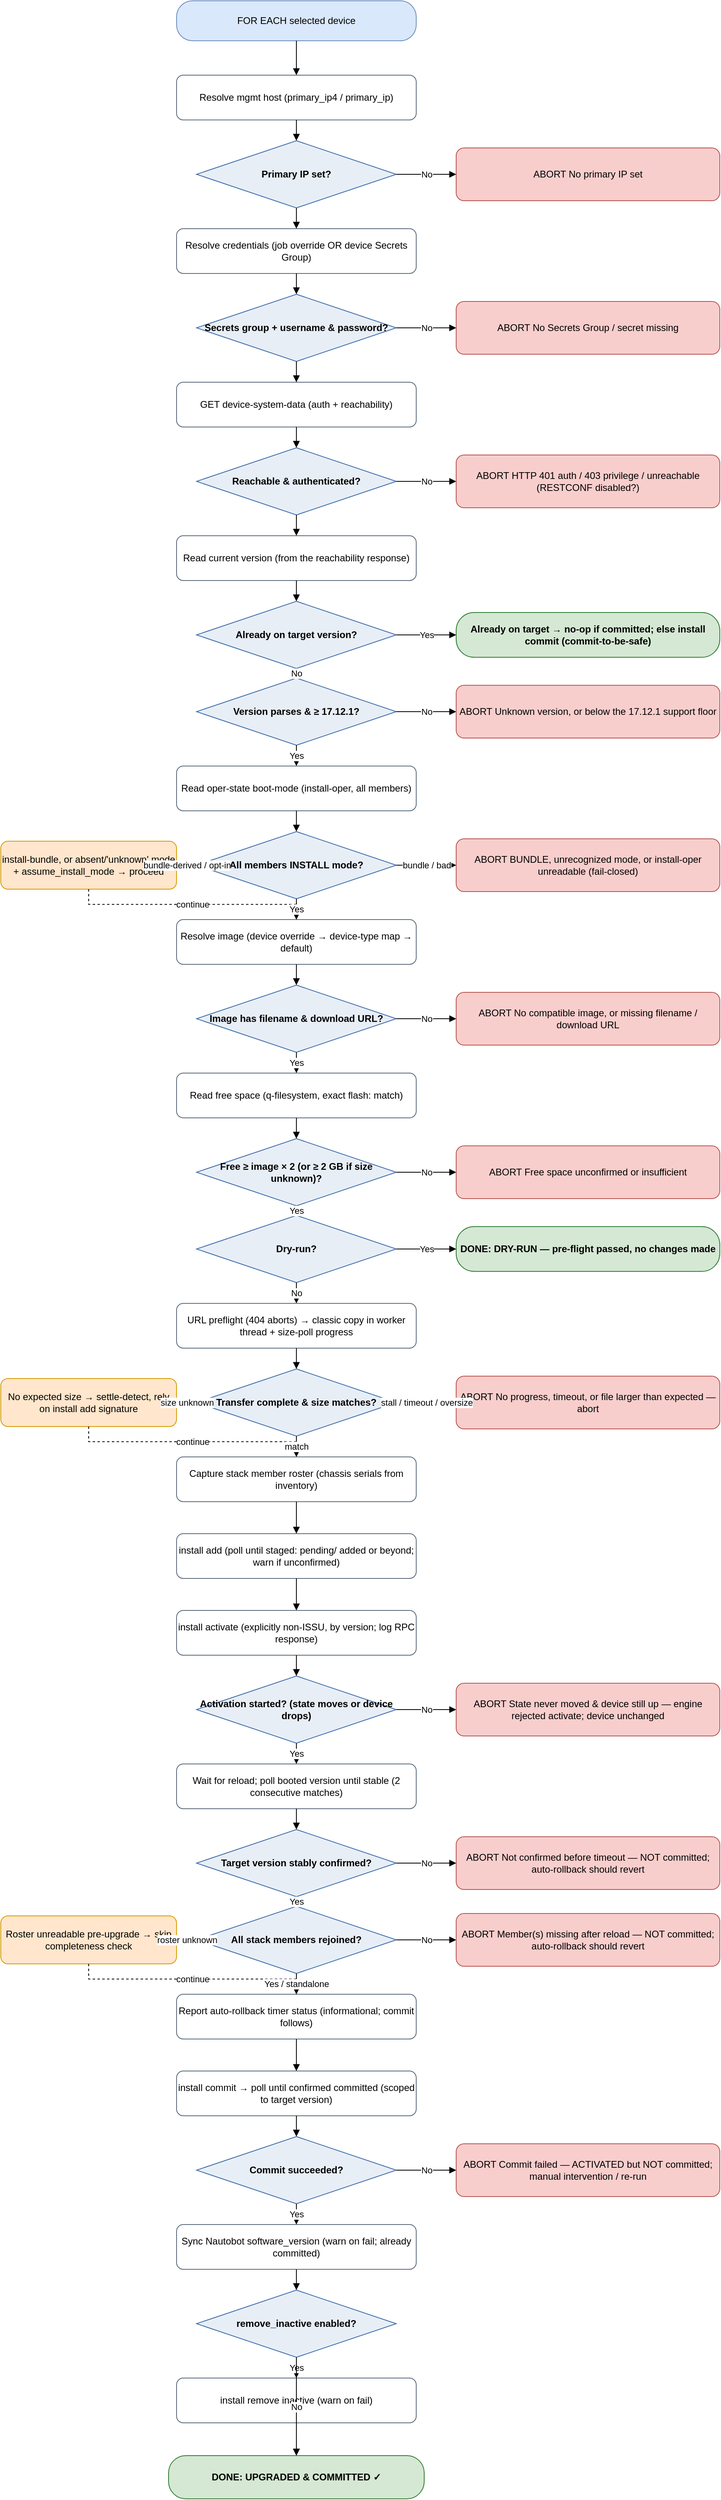
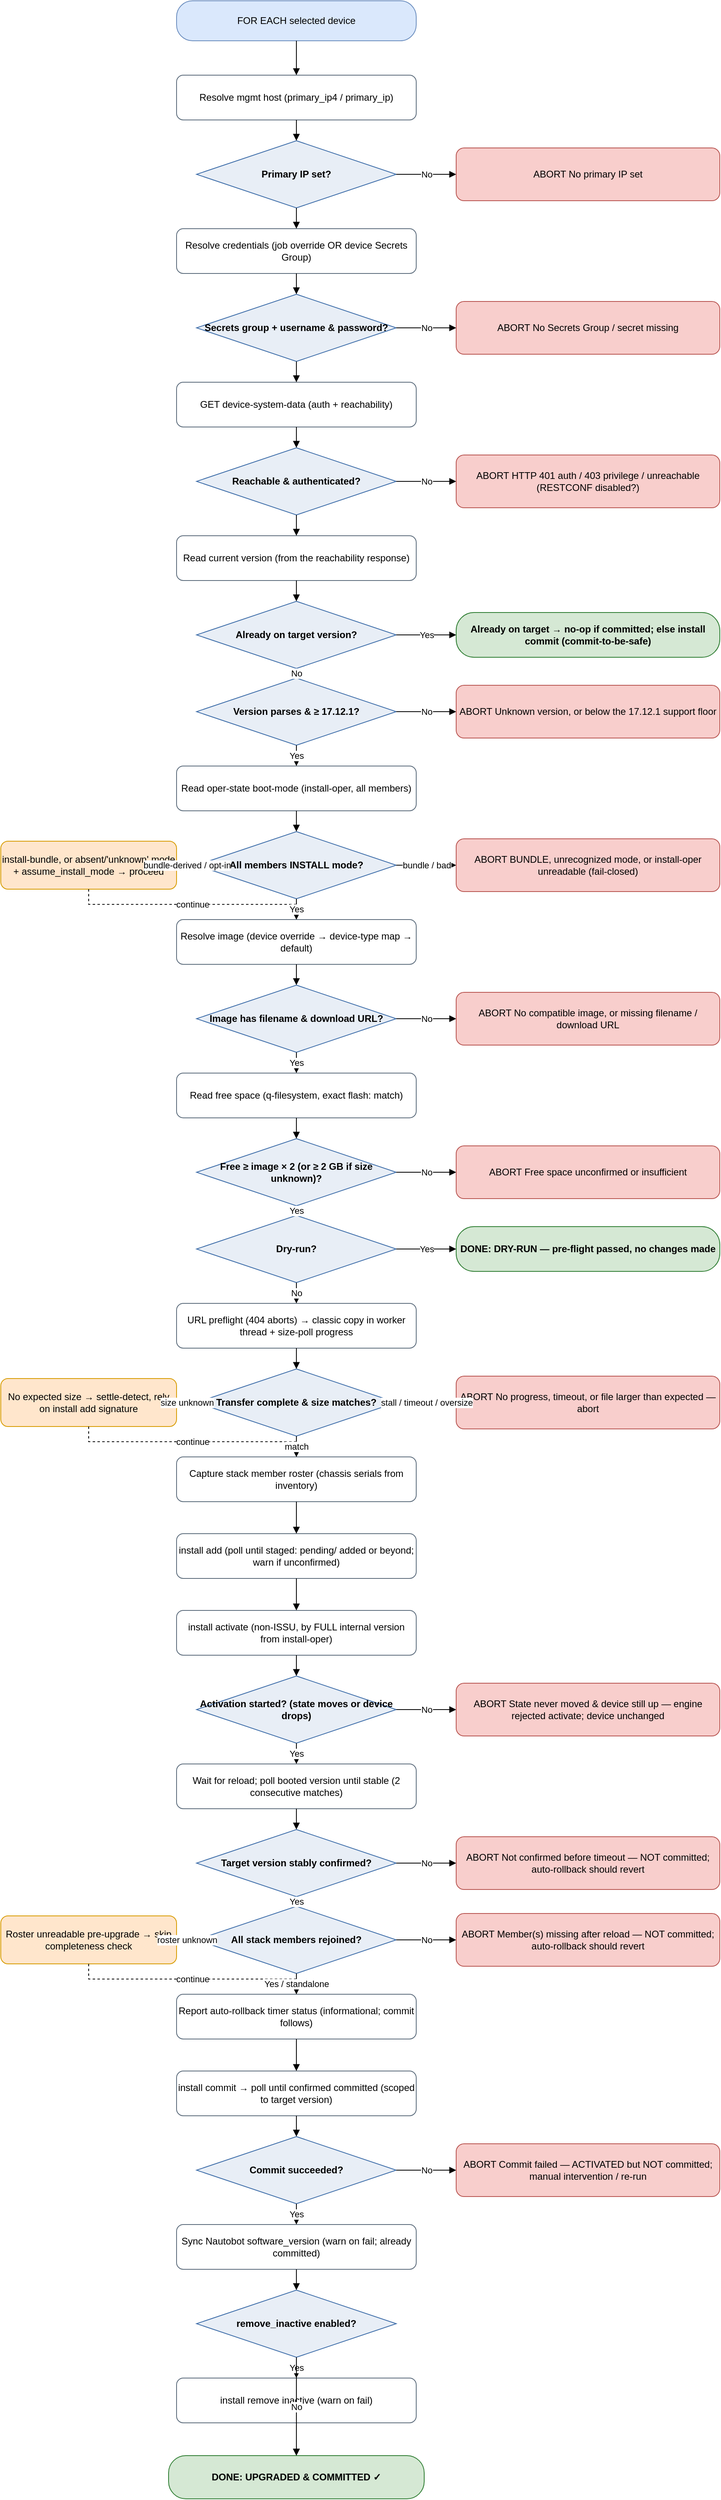
<mxfile host="app.diagrams.net" type="device">
  <diagram name="IOS-XE upgrade flow" id="iosxe-upgrade-flow">
    <mxGraphModel dx="1000" dy="2000" grid="1" gridSize="10" guides="1" tooltips="1"
        connect="1" arrows="1" fold="1" page="1" pageScale="1" math="0" shadow="0">
      <root>
        <mxCell id="0"/>
        <mxCell id="1" parent="0"/>
        <mxCell id="start" value="FOR EACH selected device" style="rounded=1;arcSize=40;whiteSpace=wrap;html=1;fillColor=#DAE8FC;strokeColor=#6C8EBF;" vertex="1" parent="1"><mxGeometry x="250" y="31" width="300" height="50" as="geometry"/></mxCell>
        <mxCell id="host" value="Resolve mgmt host&amp;#10;(primary_ip4 / primary_ip)" style="rounded=1;whiteSpace=wrap;html=1;fillColor=#FFFFFF;strokeColor=#5B6B7B;" vertex="1" parent="1"><mxGeometry x="250" y="124" width="300" height="56" as="geometry"/></mxCell>
        <mxCell id="d_ip" value="Primary IP set?" style="rhombus;whiteSpace=wrap;html=1;fillColor=#E8EEF6;strokeColor=#3C6CA8;fontStyle=1;" vertex="1" parent="1"><mxGeometry x="275" y="206" width="250" height="84" as="geometry"/></mxCell>
        <mxCell id="cred" value="Resolve credentials&amp;#10;(job override OR device Secrets Group)" style="rounded=1;whiteSpace=wrap;html=1;fillColor=#FFFFFF;strokeColor=#5B6B7B;" vertex="1" parent="1"><mxGeometry x="250" y="316" width="300" height="56" as="geometry"/></mxCell>
        <mxCell id="d_cred" value="Secrets group +&amp;#10;username &amp; password?" style="rhombus;whiteSpace=wrap;html=1;fillColor=#E8EEF6;strokeColor=#3C6CA8;fontStyle=1;" vertex="1" parent="1"><mxGeometry x="275" y="398" width="250" height="84" as="geometry"/></mxCell>
        <mxCell id="reach" value="GET device-system-data&amp;#10;(auth + reachability)" style="rounded=1;whiteSpace=wrap;html=1;fillColor=#FFFFFF;strokeColor=#5B6B7B;" vertex="1" parent="1"><mxGeometry x="250" y="508" width="300" height="56" as="geometry"/></mxCell>
        <mxCell id="d_reach" value="Reachable &amp;&amp;#10;authenticated?" style="rhombus;whiteSpace=wrap;html=1;fillColor=#E8EEF6;strokeColor=#3C6CA8;fontStyle=1;" vertex="1" parent="1"><mxGeometry x="275" y="590" width="250" height="84" as="geometry"/></mxCell>
        <mxCell id="curr" value="Read current version&amp;#10;(from the reachability response)" style="rounded=1;whiteSpace=wrap;html=1;fillColor=#FFFFFF;strokeColor=#5B6B7B;" vertex="1" parent="1"><mxGeometry x="250" y="700" width="300" height="56" as="geometry"/></mxCell>
        <mxCell id="d_target" value="Already on&amp;#10;target version?" style="rhombus;whiteSpace=wrap;html=1;fillColor=#E8EEF6;strokeColor=#3C6CA8;fontStyle=1;" vertex="1" parent="1"><mxGeometry x="275" y="782" width="250" height="84" as="geometry"/></mxCell>
        <mxCell id="d_floor" value="Version parses&amp;#10;&amp; ≥ 17.12.1?" style="rhombus;whiteSpace=wrap;html=1;fillColor=#E8EEF6;strokeColor=#3C6CA8;fontStyle=1;" vertex="1" parent="1"><mxGeometry x="275" y="878" width="250" height="84" as="geometry"/></mxCell>
        <mxCell id="mode" value="Read oper-state boot-mode&amp;#10;(install-oper, all members)" style="rounded=1;whiteSpace=wrap;html=1;fillColor=#FFFFFF;strokeColor=#5B6B7B;" vertex="1" parent="1"><mxGeometry x="250" y="988" width="300" height="56" as="geometry"/></mxCell>
        <mxCell id="d_mode" value="All members&amp;#10;INSTALL mode?" style="rhombus;whiteSpace=wrap;html=1;fillColor=#E8EEF6;strokeColor=#3C6CA8;fontStyle=1;" vertex="1" parent="1"><mxGeometry x="275" y="1070" width="250" height="84" as="geometry"/></mxCell>
        <mxCell id="img" value="Resolve image (device override →&amp;#10;device-type map → default)" style="rounded=1;whiteSpace=wrap;html=1;fillColor=#FFFFFF;strokeColor=#5B6B7B;" vertex="1" parent="1"><mxGeometry x="250" y="1180" width="300" height="56" as="geometry"/></mxCell>
        <mxCell id="d_img" value="Image has filename&amp;#10;&amp; download URL?" style="rhombus;whiteSpace=wrap;html=1;fillColor=#E8EEF6;strokeColor=#3C6CA8;fontStyle=1;" vertex="1" parent="1"><mxGeometry x="275" y="1262" width="250" height="84" as="geometry"/></mxCell>
        <mxCell id="space" value="Read free space&amp;#10;(q-filesystem, exact flash: match)" style="rounded=1;whiteSpace=wrap;html=1;fillColor=#FFFFFF;strokeColor=#5B6B7B;" vertex="1" parent="1"><mxGeometry x="250" y="1372" width="300" height="56" as="geometry"/></mxCell>
        <mxCell id="d_space" value="Free ≥ image × 2&amp;#10;(or ≥ 2 GB if size unknown)?" style="rhombus;whiteSpace=wrap;html=1;fillColor=#E8EEF6;strokeColor=#3C6CA8;fontStyle=1;" vertex="1" parent="1"><mxGeometry x="275" y="1454" width="250" height="84" as="geometry"/></mxCell>
        <mxCell id="d_dry" value="Dry-run?" style="rhombus;whiteSpace=wrap;html=1;fillColor=#E8EEF6;strokeColor=#3C6CA8;fontStyle=1;" vertex="1" parent="1"><mxGeometry x="275" y="1550" width="250" height="84" as="geometry"/></mxCell>
        <mxCell id="copy" value="URL preflight (404 aborts) → classic copy&amp;#10;in worker thread + size-poll progress" style="rounded=1;whiteSpace=wrap;html=1;fillColor=#FFFFFF;strokeColor=#5B6B7B;" vertex="1" parent="1"><mxGeometry x="250" y="1660" width="300" height="56" as="geometry"/></mxCell>
        <mxCell id="d_size" value="Transfer complete&amp;#10;&amp; size matches?" style="rhombus;whiteSpace=wrap;html=1;fillColor=#E8EEF6;strokeColor=#3C6CA8;fontStyle=1;" vertex="1" parent="1"><mxGeometry x="275" y="1742" width="250" height="84" as="geometry"/></mxCell>
        <mxCell id="roster" value="Capture stack member roster&amp;#10;(chassis serials from inventory)" style="rounded=1;whiteSpace=wrap;html=1;fillColor=#FFFFFF;strokeColor=#5B6B7B;" vertex="1" parent="1"><mxGeometry x="250" y="1852" width="300" height="56" as="geometry"/></mxCell>
        <mxCell id="add" value="install add (poll until staged: pending/&amp;#10;added or beyond; warn if unconfirmed)" style="rounded=1;whiteSpace=wrap;html=1;fillColor=#FFFFFF;strokeColor=#5B6B7B;" vertex="1" parent="1"><mxGeometry x="250" y="1948" width="300" height="56" as="geometry"/></mxCell>
-         <mxCell id="act" value="install activate (explicitly non-ISSU,&amp;#10;by version; log RPC response)" style="rounded=1;whiteSpace=wrap;html=1;fillColor=#FFFFFF;strokeColor=#5B6B7B;" vertex="1" parent="1"><mxGeometry x="250" y="2044" width="300" height="56" as="geometry"/></mxCell>
+         <mxCell id="act" value="install activate (non-ISSU, by FULL&amp;#10;internal version from install-oper)" style="rounded=1;whiteSpace=wrap;html=1;fillColor=#FFFFFF;strokeColor=#5B6B7B;" vertex="1" parent="1"><mxGeometry x="250" y="2044" width="300" height="56" as="geometry"/></mxCell>
        <mxCell id="d_act" value="Activation started?&amp;#10;(state moves or device drops)" style="rhombus;whiteSpace=wrap;html=1;fillColor=#E8EEF6;strokeColor=#3C6CA8;fontStyle=1;" vertex="1" parent="1"><mxGeometry x="275" y="2126" width="250" height="84" as="geometry"/></mxCell>
        <mxCell id="waitc" value="Wait for reload; poll booted version&amp;#10;until stable (2 consecutive matches)" style="rounded=1;whiteSpace=wrap;html=1;fillColor=#FFFFFF;strokeColor=#5B6B7B;" vertex="1" parent="1"><mxGeometry x="250" y="2236" width="300" height="56" as="geometry"/></mxCell>
        <mxCell id="d_confirm" value="Target version&amp;#10;stably confirmed?" style="rhombus;whiteSpace=wrap;html=1;fillColor=#E8EEF6;strokeColor=#3C6CA8;fontStyle=1;" vertex="1" parent="1"><mxGeometry x="275" y="2318" width="250" height="84" as="geometry"/></mxCell>
        <mxCell id="d_members" value="All stack members&amp;#10;rejoined?" style="rhombus;whiteSpace=wrap;html=1;fillColor=#E8EEF6;strokeColor=#3C6CA8;fontStyle=1;" vertex="1" parent="1"><mxGeometry x="275" y="2414" width="250" height="84" as="geometry"/></mxCell>
        <mxCell id="rollbackchk" value="Report auto-rollback timer status&amp;#10;(informational; commit follows)" style="rounded=1;whiteSpace=wrap;html=1;fillColor=#FFFFFF;strokeColor=#5B6B7B;" vertex="1" parent="1"><mxGeometry x="250" y="2524" width="300" height="56" as="geometry"/></mxCell>
        <mxCell id="commit" value="install commit → poll until confirmed&amp;#10;committed (scoped to target version)" style="rounded=1;whiteSpace=wrap;html=1;fillColor=#FFFFFF;strokeColor=#5B6B7B;" vertex="1" parent="1"><mxGeometry x="250" y="2620" width="300" height="56" as="geometry"/></mxCell>
        <mxCell id="d_commit" value="Commit&amp;#10;succeeded?" style="rhombus;whiteSpace=wrap;html=1;fillColor=#E8EEF6;strokeColor=#3C6CA8;fontStyle=1;" vertex="1" parent="1"><mxGeometry x="275" y="2702" width="250" height="84" as="geometry"/></mxCell>
        <mxCell id="sync" value="Sync Nautobot software_version&amp;#10;(warn on fail; already committed)" style="rounded=1;whiteSpace=wrap;html=1;fillColor=#FFFFFF;strokeColor=#5B6B7B;" vertex="1" parent="1"><mxGeometry x="250" y="2812" width="300" height="56" as="geometry"/></mxCell>
        <mxCell id="d_remove" value="remove_inactive&amp;#10;enabled?" style="rhombus;whiteSpace=wrap;html=1;fillColor=#E8EEF6;strokeColor=#3C6CA8;fontStyle=1;" vertex="1" parent="1"><mxGeometry x="275" y="2894" width="250" height="84" as="geometry"/></mxCell>
        <mxCell id="remove" value="install remove inactive&amp;#10;(warn on fail)" style="rounded=1;whiteSpace=wrap;html=1;fillColor=#FFFFFF;strokeColor=#5B6B7B;" vertex="1" parent="1"><mxGeometry x="250" y="3004" width="300" height="56" as="geometry"/></mxCell>
        <mxCell id="ok" value="DONE: UPGRADED &amp; COMMITTED ✓" style="rounded=1;arcSize=40;whiteSpace=wrap;html=1;fillColor=#D5E8D4;strokeColor=#2E7D32;fontStyle=1;" vertex="1" parent="1"><mxGeometry x="240" y="3101" width="320" height="54" as="geometry"/></mxCell>
        <mxCell id="d_ip_abort" value="ABORT&amp;#10;No primary IP set" style="rounded=1;whiteSpace=wrap;html=1;fillColor=#F8CECC;strokeColor=#B85450;" vertex="1" parent="1"><mxGeometry x="600" y="215" width="330" height="66" as="geometry"/></mxCell>
        <mxCell id="d_cred_abort" value="ABORT&amp;#10;No Secrets Group / secret missing" style="rounded=1;whiteSpace=wrap;html=1;fillColor=#F8CECC;strokeColor=#B85450;" vertex="1" parent="1"><mxGeometry x="600" y="407" width="330" height="66" as="geometry"/></mxCell>
        <mxCell id="d_reach_abort" value="ABORT&amp;#10;HTTP 401 auth / 403 privilege /&amp;#10;unreachable (RESTCONF disabled?)" style="rounded=1;whiteSpace=wrap;html=1;fillColor=#F8CECC;strokeColor=#B85450;" vertex="1" parent="1"><mxGeometry x="600" y="599" width="330" height="66" as="geometry"/></mxCell>
        <mxCell id="d_target_ok" value="Already on target → no-op if committed;&amp;#10;else install commit (commit-to-be-safe)" style="rounded=1;arcSize=40;whiteSpace=wrap;html=1;fillColor=#D5E8D4;strokeColor=#2E7D32;fontStyle=1;" vertex="1" parent="1"><mxGeometry x="600" y="796" width="330" height="56" as="geometry"/></mxCell>
        <mxCell id="d_floor_abort" value="ABORT&amp;#10;Unknown version, or below the&amp;#10;17.12.1 support floor" style="rounded=1;whiteSpace=wrap;html=1;fillColor=#F8CECC;strokeColor=#B85450;" vertex="1" parent="1"><mxGeometry x="600" y="887" width="330" height="66" as="geometry"/></mxCell>
        <mxCell id="d_mode_abort" value="ABORT&amp;#10;BUNDLE, unrecognized mode, or&amp;#10;install-oper unreadable (fail-closed)" style="rounded=1;whiteSpace=wrap;html=1;fillColor=#F8CECC;strokeColor=#B85450;" vertex="1" parent="1"><mxGeometry x="600" y="1079" width="330" height="66" as="geometry"/></mxCell>
        <mxCell id="d_mode_warn" value="install-bundle, or absent/&#x27;unknown&#x27;&amp;#10;mode + assume_install_mode → proceed" style="rounded=1;whiteSpace=wrap;html=1;fillColor=#FFE6CC;strokeColor=#D79B00;" vertex="1" parent="1"><mxGeometry x="30" y="1082" width="220" height="60" as="geometry"/></mxCell>
        <mxCell id="d_img_abort" value="ABORT&amp;#10;No compatible image, or missing&amp;#10;filename / download URL" style="rounded=1;whiteSpace=wrap;html=1;fillColor=#F8CECC;strokeColor=#B85450;" vertex="1" parent="1"><mxGeometry x="600" y="1271" width="330" height="66" as="geometry"/></mxCell>
        <mxCell id="d_space_abort" value="ABORT&amp;#10;Free space unconfirmed or&amp;#10;insufficient" style="rounded=1;whiteSpace=wrap;html=1;fillColor=#F8CECC;strokeColor=#B85450;" vertex="1" parent="1"><mxGeometry x="600" y="1463" width="330" height="66" as="geometry"/></mxCell>
        <mxCell id="d_dry_ok" value="DONE: DRY-RUN — pre-flight&amp;#10;passed, no changes made" style="rounded=1;arcSize=40;whiteSpace=wrap;html=1;fillColor=#D5E8D4;strokeColor=#2E7D32;fontStyle=1;" vertex="1" parent="1"><mxGeometry x="600" y="1564" width="330" height="56" as="geometry"/></mxCell>
        <mxCell id="d_size_abort" value="ABORT&amp;#10;No progress, timeout, or file&amp;#10;larger than expected — abort" style="rounded=1;whiteSpace=wrap;html=1;fillColor=#F8CECC;strokeColor=#B85450;" vertex="1" parent="1"><mxGeometry x="600" y="1751" width="330" height="66" as="geometry"/></mxCell>
        <mxCell id="d_size_warn" value="No expected size → settle-detect,&amp;#10;rely on install add signature" style="rounded=1;whiteSpace=wrap;html=1;fillColor=#FFE6CC;strokeColor=#D79B00;" vertex="1" parent="1"><mxGeometry x="30" y="1754" width="220" height="60" as="geometry"/></mxCell>
        <mxCell id="d_act_abort" value="ABORT&amp;#10;State never moved &amp; device still up —&amp;#10;engine rejected activate; device unchanged" style="rounded=1;whiteSpace=wrap;html=1;fillColor=#F8CECC;strokeColor=#B85450;" vertex="1" parent="1"><mxGeometry x="600" y="2135" width="330" height="66" as="geometry"/></mxCell>
        <mxCell id="d_confirm_abort" value="ABORT&amp;#10;Not confirmed before timeout — NOT&amp;#10;committed; auto-rollback should revert" style="rounded=1;whiteSpace=wrap;html=1;fillColor=#F8CECC;strokeColor=#B85450;" vertex="1" parent="1"><mxGeometry x="600" y="2327" width="330" height="66" as="geometry"/></mxCell>
        <mxCell id="d_members_abort" value="ABORT&amp;#10;Member(s) missing after reload — NOT&amp;#10;committed; auto-rollback should revert" style="rounded=1;whiteSpace=wrap;html=1;fillColor=#F8CECC;strokeColor=#B85450;" vertex="1" parent="1"><mxGeometry x="600" y="2423" width="330" height="66" as="geometry"/></mxCell>
        <mxCell id="d_members_warn" value="Roster unreadable pre-upgrade →&amp;#10;skip completeness check" style="rounded=1;whiteSpace=wrap;html=1;fillColor=#FFE6CC;strokeColor=#D79B00;" vertex="1" parent="1"><mxGeometry x="30" y="2426" width="220" height="60" as="geometry"/></mxCell>
        <mxCell id="d_commit_abort" value="ABORT&amp;#10;Commit failed — ACTIVATED but NOT&amp;#10;committed; manual intervention / re-run" style="rounded=1;whiteSpace=wrap;html=1;fillColor=#F8CECC;strokeColor=#B85450;" vertex="1" parent="1"><mxGeometry x="600" y="2711" width="330" height="66" as="geometry"/></mxCell>
        <mxCell id="e_d_ip_abort" value="No" style="edgeStyle=orthogonalEdgeStyle;rounded=0;html=1;endArrow=block;" edge="1" parent="1" source="d_ip" target="d_ip_abort"><mxGeometry relative="1" as="geometry"/></mxCell>
        <mxCell id="e_d_cred_abort" value="No" style="edgeStyle=orthogonalEdgeStyle;rounded=0;html=1;endArrow=block;" edge="1" parent="1" source="d_cred" target="d_cred_abort"><mxGeometry relative="1" as="geometry"/></mxCell>
        <mxCell id="e_d_reach_abort" value="No" style="edgeStyle=orthogonalEdgeStyle;rounded=0;html=1;endArrow=block;" edge="1" parent="1" source="d_reach" target="d_reach_abort"><mxGeometry relative="1" as="geometry"/></mxCell>
        <mxCell id="e_d_target_ok" value="Yes" style="edgeStyle=orthogonalEdgeStyle;rounded=0;html=1;endArrow=block;" edge="1" parent="1" source="d_target" target="d_target_ok"><mxGeometry relative="1" as="geometry"/></mxCell>
        <mxCell id="e_d_floor_abort" value="No" style="edgeStyle=orthogonalEdgeStyle;rounded=0;html=1;endArrow=block;" edge="1" parent="1" source="d_floor" target="d_floor_abort"><mxGeometry relative="1" as="geometry"/></mxCell>
        <mxCell id="e_d_mode_abort" value="bundle / bad" style="edgeStyle=orthogonalEdgeStyle;rounded=0;html=1;endArrow=block;" edge="1" parent="1" source="d_mode" target="d_mode_abort"><mxGeometry relative="1" as="geometry"/></mxCell>
        <mxCell id="e_d_mode_warn" value="bundle-derived /
opt-in" style="edgeStyle=orthogonalEdgeStyle;rounded=0;html=1;endArrow=block;" edge="1" parent="1" source="d_mode" target="d_mode_warn"><mxGeometry relative="1" as="geometry"/></mxCell>
        <mxCell id="e_d_mode_warn_join" value="continue" style="edgeStyle=orthogonalEdgeStyle;rounded=0;html=1;endArrow=block;dashed=1;" edge="1" parent="1" source="d_mode_warn" target="img"><mxGeometry relative="1" as="geometry"/></mxCell>
        <mxCell id="e_d_img_abort" value="No" style="edgeStyle=orthogonalEdgeStyle;rounded=0;html=1;endArrow=block;" edge="1" parent="1" source="d_img" target="d_img_abort"><mxGeometry relative="1" as="geometry"/></mxCell>
        <mxCell id="e_d_space_abort" value="No" style="edgeStyle=orthogonalEdgeStyle;rounded=0;html=1;endArrow=block;" edge="1" parent="1" source="d_space" target="d_space_abort"><mxGeometry relative="1" as="geometry"/></mxCell>
        <mxCell id="e_d_dry_ok" value="Yes" style="edgeStyle=orthogonalEdgeStyle;rounded=0;html=1;endArrow=block;" edge="1" parent="1" source="d_dry" target="d_dry_ok"><mxGeometry relative="1" as="geometry"/></mxCell>
        <mxCell id="e_d_size_abort" value="stall / timeout /
oversize" style="edgeStyle=orthogonalEdgeStyle;rounded=0;html=1;endArrow=block;" edge="1" parent="1" source="d_size" target="d_size_abort"><mxGeometry relative="1" as="geometry"/></mxCell>
        <mxCell id="e_d_size_warn" value="size unknown" style="edgeStyle=orthogonalEdgeStyle;rounded=0;html=1;endArrow=block;" edge="1" parent="1" source="d_size" target="d_size_warn"><mxGeometry relative="1" as="geometry"/></mxCell>
        <mxCell id="e_d_size_warn_join" value="continue" style="edgeStyle=orthogonalEdgeStyle;rounded=0;html=1;endArrow=block;dashed=1;" edge="1" parent="1" source="d_size_warn" target="roster"><mxGeometry relative="1" as="geometry"/></mxCell>
        <mxCell id="e_d_act_abort" value="No" style="edgeStyle=orthogonalEdgeStyle;rounded=0;html=1;endArrow=block;" edge="1" parent="1" source="d_act" target="d_act_abort"><mxGeometry relative="1" as="geometry"/></mxCell>
        <mxCell id="e_d_confirm_abort" value="No" style="edgeStyle=orthogonalEdgeStyle;rounded=0;html=1;endArrow=block;" edge="1" parent="1" source="d_confirm" target="d_confirm_abort"><mxGeometry relative="1" as="geometry"/></mxCell>
        <mxCell id="e_d_members_abort" value="No" style="edgeStyle=orthogonalEdgeStyle;rounded=0;html=1;endArrow=block;" edge="1" parent="1" source="d_members" target="d_members_abort"><mxGeometry relative="1" as="geometry"/></mxCell>
        <mxCell id="e_d_members_warn" value="roster unknown" style="edgeStyle=orthogonalEdgeStyle;rounded=0;html=1;endArrow=block;" edge="1" parent="1" source="d_members" target="d_members_warn"><mxGeometry relative="1" as="geometry"/></mxCell>
        <mxCell id="e_d_members_warn_join" value="continue" style="edgeStyle=orthogonalEdgeStyle;rounded=0;html=1;endArrow=block;dashed=1;" edge="1" parent="1" source="d_members_warn" target="rollbackchk"><mxGeometry relative="1" as="geometry"/></mxCell>
        <mxCell id="e_d_commit_abort" value="No" style="edgeStyle=orthogonalEdgeStyle;rounded=0;html=1;endArrow=block;" edge="1" parent="1" source="d_commit" target="d_commit_abort"><mxGeometry relative="1" as="geometry"/></mxCell>
        <mxCell id="e_start_host" value="" style="edgeStyle=orthogonalEdgeStyle;rounded=0;html=1;endArrow=block;" edge="1" parent="1" source="start" target="host"><mxGeometry relative="1" as="geometry"/></mxCell>
        <mxCell id="e_host_d_ip" value="" style="edgeStyle=orthogonalEdgeStyle;rounded=0;html=1;endArrow=block;" edge="1" parent="1" source="host" target="d_ip"><mxGeometry relative="1" as="geometry"/></mxCell>
        <mxCell id="e_d_ip_cred" value="" style="edgeStyle=orthogonalEdgeStyle;rounded=0;html=1;endArrow=block;" edge="1" parent="1" source="d_ip" target="cred"><mxGeometry relative="1" as="geometry"/></mxCell>
        <mxCell id="e_cred_d_cred" value="" style="edgeStyle=orthogonalEdgeStyle;rounded=0;html=1;endArrow=block;" edge="1" parent="1" source="cred" target="d_cred"><mxGeometry relative="1" as="geometry"/></mxCell>
        <mxCell id="e_d_cred_reach" value="" style="edgeStyle=orthogonalEdgeStyle;rounded=0;html=1;endArrow=block;" edge="1" parent="1" source="d_cred" target="reach"><mxGeometry relative="1" as="geometry"/></mxCell>
        <mxCell id="e_reach_d_reach" value="" style="edgeStyle=orthogonalEdgeStyle;rounded=0;html=1;endArrow=block;" edge="1" parent="1" source="reach" target="d_reach"><mxGeometry relative="1" as="geometry"/></mxCell>
        <mxCell id="e_d_reach_curr" value="" style="edgeStyle=orthogonalEdgeStyle;rounded=0;html=1;endArrow=block;" edge="1" parent="1" source="d_reach" target="curr"><mxGeometry relative="1" as="geometry"/></mxCell>
        <mxCell id="e_curr_d_target" value="" style="edgeStyle=orthogonalEdgeStyle;rounded=0;html=1;endArrow=block;" edge="1" parent="1" source="curr" target="d_target"><mxGeometry relative="1" as="geometry"/></mxCell>
        <mxCell id="e_d_target_d_floor" value="No" style="edgeStyle=orthogonalEdgeStyle;rounded=0;html=1;endArrow=block;" edge="1" parent="1" source="d_target" target="d_floor"><mxGeometry relative="1" as="geometry"/></mxCell>
        <mxCell id="e_d_floor_mode" value="Yes" style="edgeStyle=orthogonalEdgeStyle;rounded=0;html=1;endArrow=block;" edge="1" parent="1" source="d_floor" target="mode"><mxGeometry relative="1" as="geometry"/></mxCell>
        <mxCell id="e_mode_d_mode" value="" style="edgeStyle=orthogonalEdgeStyle;rounded=0;html=1;endArrow=block;" edge="1" parent="1" source="mode" target="d_mode"><mxGeometry relative="1" as="geometry"/></mxCell>
        <mxCell id="e_d_mode_img" value="Yes" style="edgeStyle=orthogonalEdgeStyle;rounded=0;html=1;endArrow=block;" edge="1" parent="1" source="d_mode" target="img"><mxGeometry relative="1" as="geometry"/></mxCell>
        <mxCell id="e_img_d_img" value="" style="edgeStyle=orthogonalEdgeStyle;rounded=0;html=1;endArrow=block;" edge="1" parent="1" source="img" target="d_img"><mxGeometry relative="1" as="geometry"/></mxCell>
        <mxCell id="e_d_img_space" value="Yes" style="edgeStyle=orthogonalEdgeStyle;rounded=0;html=1;endArrow=block;" edge="1" parent="1" source="d_img" target="space"><mxGeometry relative="1" as="geometry"/></mxCell>
        <mxCell id="e_space_d_space" value="" style="edgeStyle=orthogonalEdgeStyle;rounded=0;html=1;endArrow=block;" edge="1" parent="1" source="space" target="d_space"><mxGeometry relative="1" as="geometry"/></mxCell>
        <mxCell id="e_d_space_d_dry" value="Yes" style="edgeStyle=orthogonalEdgeStyle;rounded=0;html=1;endArrow=block;" edge="1" parent="1" source="d_space" target="d_dry"><mxGeometry relative="1" as="geometry"/></mxCell>
        <mxCell id="e_d_dry_copy" value="No" style="edgeStyle=orthogonalEdgeStyle;rounded=0;html=1;endArrow=block;" edge="1" parent="1" source="d_dry" target="copy"><mxGeometry relative="1" as="geometry"/></mxCell>
        <mxCell id="e_copy_d_size" value="" style="edgeStyle=orthogonalEdgeStyle;rounded=0;html=1;endArrow=block;" edge="1" parent="1" source="copy" target="d_size"><mxGeometry relative="1" as="geometry"/></mxCell>
        <mxCell id="e_d_size_roster" value="match" style="edgeStyle=orthogonalEdgeStyle;rounded=0;html=1;endArrow=block;" edge="1" parent="1" source="d_size" target="roster"><mxGeometry relative="1" as="geometry"/></mxCell>
        <mxCell id="e_roster_add" value="" style="edgeStyle=orthogonalEdgeStyle;rounded=0;html=1;endArrow=block;" edge="1" parent="1" source="roster" target="add"><mxGeometry relative="1" as="geometry"/></mxCell>
        <mxCell id="e_add_act" value="" style="edgeStyle=orthogonalEdgeStyle;rounded=0;html=1;endArrow=block;" edge="1" parent="1" source="add" target="act"><mxGeometry relative="1" as="geometry"/></mxCell>
        <mxCell id="e_act_d_act" value="" style="edgeStyle=orthogonalEdgeStyle;rounded=0;html=1;endArrow=block;" edge="1" parent="1" source="act" target="d_act"><mxGeometry relative="1" as="geometry"/></mxCell>
        <mxCell id="e_d_act_waitc" value="Yes" style="edgeStyle=orthogonalEdgeStyle;rounded=0;html=1;endArrow=block;" edge="1" parent="1" source="d_act" target="waitc"><mxGeometry relative="1" as="geometry"/></mxCell>
        <mxCell id="e_waitc_d_confirm" value="" style="edgeStyle=orthogonalEdgeStyle;rounded=0;html=1;endArrow=block;" edge="1" parent="1" source="waitc" target="d_confirm"><mxGeometry relative="1" as="geometry"/></mxCell>
        <mxCell id="e_d_confirm_d_members" value="Yes" style="edgeStyle=orthogonalEdgeStyle;rounded=0;html=1;endArrow=block;" edge="1" parent="1" source="d_confirm" target="d_members"><mxGeometry relative="1" as="geometry"/></mxCell>
        <mxCell id="e_d_members_rollbackchk" value="Yes / standalone" style="edgeStyle=orthogonalEdgeStyle;rounded=0;html=1;endArrow=block;" edge="1" parent="1" source="d_members" target="rollbackchk"><mxGeometry relative="1" as="geometry"/></mxCell>
        <mxCell id="e_rollbackchk_commit" value="" style="edgeStyle=orthogonalEdgeStyle;rounded=0;html=1;endArrow=block;" edge="1" parent="1" source="rollbackchk" target="commit"><mxGeometry relative="1" as="geometry"/></mxCell>
        <mxCell id="e_commit_d_commit" value="" style="edgeStyle=orthogonalEdgeStyle;rounded=0;html=1;endArrow=block;" edge="1" parent="1" source="commit" target="d_commit"><mxGeometry relative="1" as="geometry"/></mxCell>
        <mxCell id="e_d_commit_sync" value="Yes" style="edgeStyle=orthogonalEdgeStyle;rounded=0;html=1;endArrow=block;" edge="1" parent="1" source="d_commit" target="sync"><mxGeometry relative="1" as="geometry"/></mxCell>
        <mxCell id="e_sync_d_remove" value="" style="edgeStyle=orthogonalEdgeStyle;rounded=0;html=1;endArrow=block;" edge="1" parent="1" source="sync" target="d_remove"><mxGeometry relative="1" as="geometry"/></mxCell>
        <mxCell id="e_remove_yes" value="Yes" style="edgeStyle=orthogonalEdgeStyle;rounded=0;html=1;endArrow=block;" edge="1" parent="1" source="d_remove" target="remove"><mxGeometry relative="1" as="geometry"/></mxCell>
        <mxCell id="e_remove_ok" value="" style="edgeStyle=orthogonalEdgeStyle;rounded=0;html=1;endArrow=block;" edge="1" parent="1" source="remove" target="ok"><mxGeometry relative="1" as="geometry"/></mxCell>
        <mxCell id="e_remove_no" value="No" style="edgeStyle=orthogonalEdgeStyle;rounded=0;html=1;endArrow=block;" edge="1" parent="1" source="d_remove" target="ok"><mxGeometry relative="1" as="geometry"/></mxCell>
      </root>
    </mxGraphModel>
  </diagram>
</mxfile>
